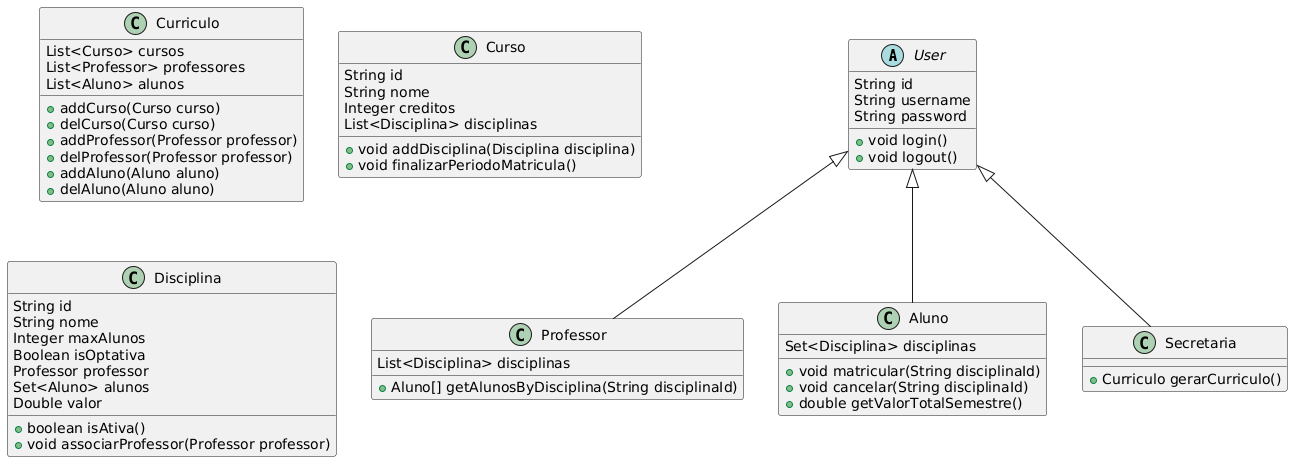
The PlantUML diagram project/img/Class.png in thevinilima/lds-sprint1, before a commit.
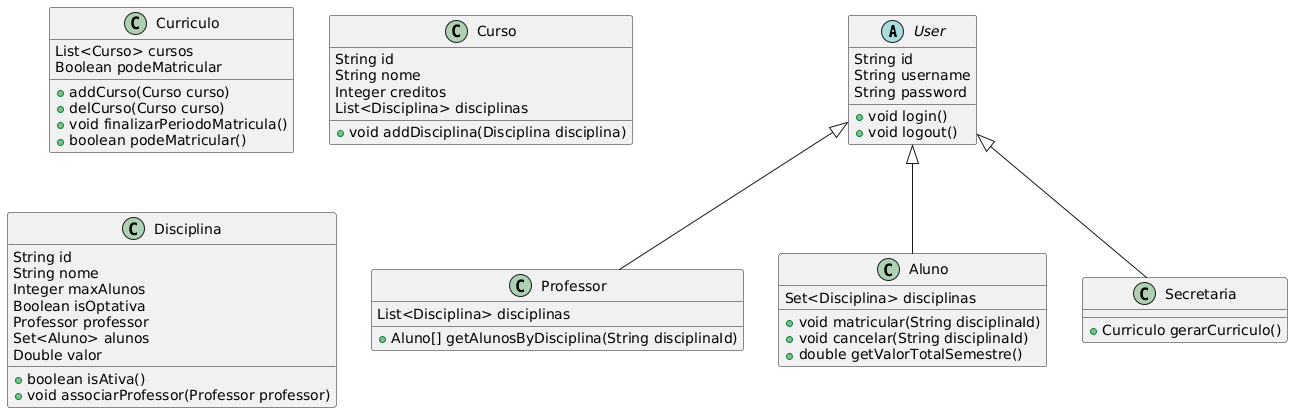
The same file after the commit.

Commit message:
update class diagram

The edit, as a diff of the source:
```diff
@@ -21,22 +21,17 @@
 Secretaria : +Curriculo gerarCurriculo()
 
 Curriculo : List<Curso> cursos
-Curriculo : List<Professor> professores
-Curriculo : List<Aluno> alunos
+Curriculo : Boolean podeMatricular
 Curriculo : +addCurso(Curso curso)
 Curriculo : +delCurso(Curso curso)
-Curriculo : +addProfessor(Professor professor)
-Curriculo : +delProfessor(Professor professor)
-Curriculo : +addAluno(Aluno aluno)
-Curriculo : +delAluno(Aluno aluno)
-
+Curriculo : +void finalizarPeriodoMatricula()
+Curriculo : +boolean podeMatricular()
 
 Curso : String id
 Curso : String nome
 Curso : Integer creditos
 Curso : List<Disciplina> disciplinas
 Curso : +void addDisciplina(Disciplina disciplina)
-Curso : +void finalizarPeriodoMatricula()
 
 Disciplina : String id
 Disciplina : String nome
```
